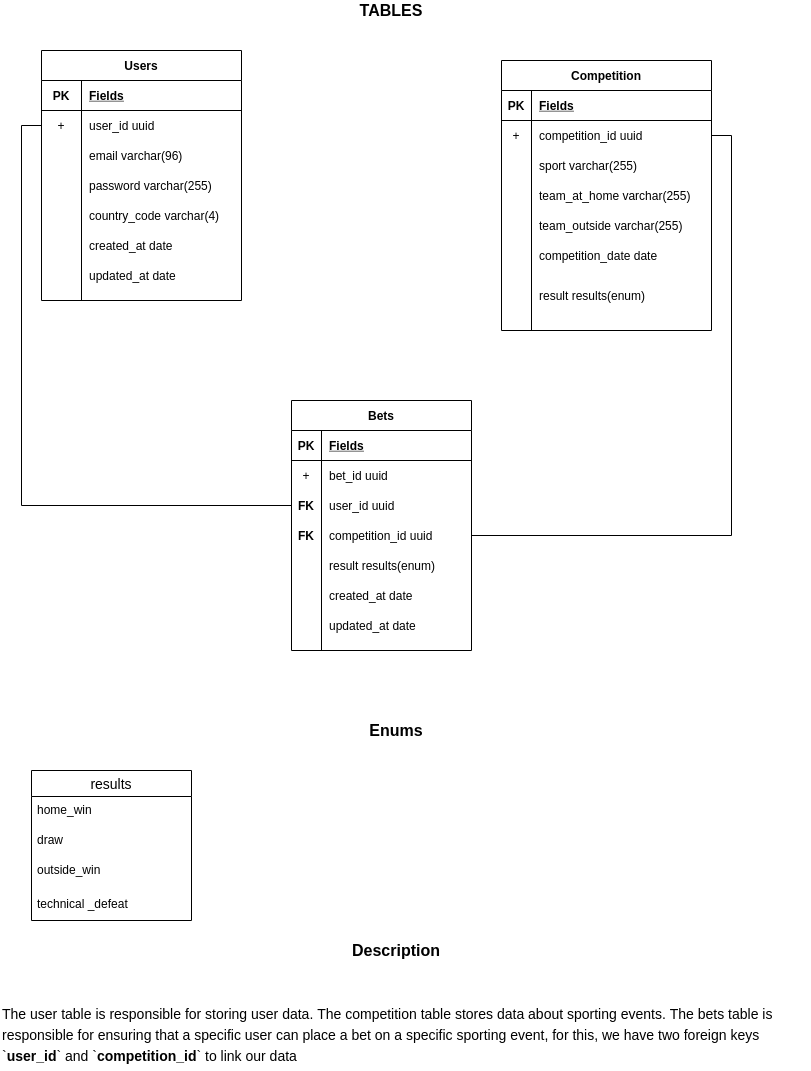
The draw.io diagram back-end/tablesInfo.png in pastushokk97/MyGoal, before a commit. Source tidied: cells renumbered, new cells last; positions are measured from the earlier drawing's top-left corner, leaving out a move shared by most shapes. Source of this version:
```xml
<mxGraphModel>
  <root>
    <mxCell id="0" />
    <mxCell id="1" parent="0" />
    <mxCell id="2" value="Users" style="shape=table;startSize=30;rowLines=0;fontStyle=1;align=center;" parent="1" vertex="1">
      <mxGeometry x="41" y="50" width="200" height="250" as="geometry" />
    </mxCell>
    <mxCell id="3" style="shape=partialRectangle;fillColor=none;top=0;left=0;bottom=1;right=0;" parent="2" vertex="1">
      <mxGeometry y="30" width="200" height="30" as="geometry" />
    </mxCell>
    <mxCell id="4" value="PK" style="shape=partialRectangle;fillColor=none;top=0;left=0;bottom=0;right=0;fontStyle=1;overflow=hidden;" parent="3" vertex="1">
      <mxGeometry width="40" height="30" as="geometry" />
    </mxCell>
    <mxCell id="5" value="Fields" style="shape=partialRectangle;fillColor=none;top=0;left=0;bottom=0;right=0;align=left;spacingLeft=6;fontStyle=5;overflow=hidden;" parent="3" vertex="1">
      <mxGeometry x="40" width="160" height="30" as="geometry" />
    </mxCell>
    <mxCell id="6" style="shape=partialRectangle;fillColor=none;top=0;left=0;bottom=0;right=0;points=[[0,0.5],[1,0.5]];portConstraint=eastwest;" parent="2" vertex="1">
      <mxGeometry y="60" width="200" height="30" as="geometry" />
    </mxCell>
    <mxCell id="7" value="+" style="shape=partialRectangle;fillColor=none;top=0;left=0;bottom=0;right=0;overflow=hidden;" parent="6" vertex="1">
      <mxGeometry width="40" height="30" as="geometry" />
    </mxCell>
    <mxCell id="8" value="user_id uuid" style="shape=partialRectangle;fillColor=none;top=0;left=0;bottom=0;right=0;align=left;spacingLeft=6;overflow=hidden;" parent="6" vertex="1">
      <mxGeometry x="40" width="160" height="30" as="geometry" />
    </mxCell>
    <mxCell id="9" style="shape=partialRectangle;fillColor=none;top=0;left=0;bottom=0;right=0;" parent="2" vertex="1">
      <mxGeometry y="90" width="200" height="30" as="geometry" />
    </mxCell>
    <mxCell id="10" style="shape=partialRectangle;fillColor=none;top=0;left=0;bottom=0;right=0;overflow=hidden;" parent="9" vertex="1">
      <mxGeometry width="40" height="30" as="geometry" />
    </mxCell>
    <mxCell id="11" value="email varchar(96)" style="shape=partialRectangle;fillColor=none;top=0;left=0;bottom=0;right=0;align=left;spacingLeft=6;overflow=hidden;" parent="9" vertex="1">
      <mxGeometry x="40" width="160" height="30" as="geometry" />
    </mxCell>
    <mxCell id="12" style="shape=partialRectangle;fillColor=none;top=0;left=0;bottom=0;right=0;" parent="2" vertex="1">
      <mxGeometry y="120" width="200" height="30" as="geometry" />
    </mxCell>
    <mxCell id="13" style="shape=partialRectangle;fillColor=none;top=0;left=0;bottom=0;right=0;overflow=hidden;" parent="12" vertex="1">
      <mxGeometry width="40" height="30" as="geometry" />
    </mxCell>
    <mxCell id="14" value="password varchar(255)" style="shape=partialRectangle;fillColor=none;top=0;left=0;bottom=0;right=0;align=left;spacingLeft=6;overflow=hidden;" parent="12" vertex="1">
      <mxGeometry x="40" width="160" height="30" as="geometry" />
    </mxCell>
    <mxCell id="15" value="country_code varchar(4)" style="shape=partialRectangle;fillColor=none;top=0;left=0;bottom=0;right=0;align=left;spacingLeft=6;overflow=hidden;" parent="1" vertex="1">
      <mxGeometry x="81" y="200" width="150" height="30" as="geometry" />
    </mxCell>
    <mxCell id="16" value="created_at date" style="shape=partialRectangle;fillColor=none;top=0;left=0;bottom=0;right=0;align=left;spacingLeft=6;overflow=hidden;" parent="1" vertex="1">
      <mxGeometry x="81" y="230" width="150" height="30" as="geometry" />
    </mxCell>
    <mxCell id="17" value="updated_at date" style="shape=partialRectangle;fillColor=none;top=0;left=0;bottom=0;right=0;align=left;spacingLeft=6;overflow=hidden;" parent="1" vertex="1">
      <mxGeometry x="81" y="260" width="150" height="30" as="geometry" />
    </mxCell>
    <mxCell id="18" value="Competition" style="shape=table;startSize=30;rowLines=0;fontStyle=1;align=center;" parent="1" vertex="1">
      <mxGeometry x="501" y="60" width="210" height="270" as="geometry" />
    </mxCell>
    <mxCell id="19" style="shape=partialRectangle;fillColor=none;top=0;left=0;bottom=1;right=0;" parent="18" vertex="1">
      <mxGeometry y="30" width="210" height="30" as="geometry" />
    </mxCell>
    <mxCell id="20" value="PK" style="shape=partialRectangle;fillColor=none;top=0;left=0;bottom=0;right=0;fontStyle=1;overflow=hidden;" parent="19" vertex="1">
      <mxGeometry width="30" height="30" as="geometry" />
    </mxCell>
    <mxCell id="21" value="Fields" style="shape=partialRectangle;fillColor=none;top=0;left=0;bottom=0;right=0;align=left;spacingLeft=6;fontStyle=5;overflow=hidden;" parent="19" vertex="1">
      <mxGeometry x="30" width="180" height="30" as="geometry" />
    </mxCell>
    <mxCell id="22" style="shape=partialRectangle;fillColor=none;top=0;left=0;bottom=0;right=0;points=[[0,0.5],[1,0.5]];portConstraint=eastwest;" parent="18" vertex="1">
      <mxGeometry y="60" width="210" height="30" as="geometry" />
    </mxCell>
    <mxCell id="23" value="+" style="shape=partialRectangle;fillColor=none;top=0;left=0;bottom=0;right=0;overflow=hidden;" parent="22" vertex="1">
      <mxGeometry width="30" height="30" as="geometry" />
    </mxCell>
    <mxCell id="24" value="competition_id uuid" style="shape=partialRectangle;fillColor=none;top=0;left=0;bottom=0;right=0;align=left;spacingLeft=6;overflow=hidden;" parent="22" vertex="1">
      <mxGeometry x="30" width="180" height="30" as="geometry" />
    </mxCell>
    <mxCell id="25" style="shape=partialRectangle;fillColor=none;top=0;left=0;bottom=0;right=0;" parent="18" vertex="1">
      <mxGeometry y="90" width="210" height="30" as="geometry" />
    </mxCell>
    <mxCell id="26" style="shape=partialRectangle;fillColor=none;top=0;left=0;bottom=0;right=0;overflow=hidden;" parent="25" vertex="1">
      <mxGeometry width="30" height="30" as="geometry" />
    </mxCell>
    <mxCell id="27" value="sport varchar(255)" style="shape=partialRectangle;fillColor=none;top=0;left=0;bottom=0;right=0;align=left;spacingLeft=6;overflow=hidden;" parent="25" vertex="1">
      <mxGeometry x="30" width="180" height="30" as="geometry" />
    </mxCell>
    <mxCell id="28" style="shape=partialRectangle;fillColor=none;top=0;left=0;bottom=0;right=0;" parent="18" vertex="1">
      <mxGeometry y="120" width="210" height="30" as="geometry" />
    </mxCell>
    <mxCell id="29" style="shape=partialRectangle;fillColor=none;top=0;left=0;bottom=0;right=0;overflow=hidden;" parent="28" vertex="1">
      <mxGeometry width="30" height="30" as="geometry" />
    </mxCell>
    <mxCell id="30" value="team_at_home varchar(255)" style="shape=partialRectangle;fillColor=none;top=0;left=0;bottom=0;right=0;align=left;spacingLeft=6;overflow=hidden;" parent="28" vertex="1">
      <mxGeometry x="30" width="180" height="30" as="geometry" />
    </mxCell>
    <mxCell id="31" value="team_outside varchar(255)" style="shape=partialRectangle;fillColor=none;top=0;left=0;bottom=0;right=0;align=left;spacingLeft=6;overflow=hidden;" parent="1" vertex="1">
      <mxGeometry x="531" y="210" width="180" height="30" as="geometry" />
    </mxCell>
    <mxCell id="32" value="competition_date date" style="shape=partialRectangle;fillColor=none;top=0;left=0;bottom=0;right=0;align=left;spacingLeft=6;overflow=hidden;" parent="1" vertex="1">
      <mxGeometry x="531" y="240" width="180" height="30" as="geometry" />
    </mxCell>
    <mxCell id="33" value="result results(enum)" style="shape=partialRectangle;fillColor=none;top=0;left=0;bottom=0;right=0;align=left;spacingLeft=6;overflow=hidden;" parent="1" vertex="1">
      <mxGeometry x="531" y="280" width="180" height="30" as="geometry" />
    </mxCell>
    <mxCell id="34" value="Bets" style="shape=table;startSize=30;rowLines=0;fontStyle=1;align=center;" parent="1" vertex="1">
      <mxGeometry x="291" y="400" width="180" height="250" as="geometry" />
    </mxCell>
    <mxCell id="35" style="shape=partialRectangle;fillColor=none;top=0;left=0;bottom=1;right=0;" parent="34" vertex="1">
      <mxGeometry y="30" width="180" height="30" as="geometry" />
    </mxCell>
    <mxCell id="36" value="PK" style="shape=partialRectangle;fillColor=none;top=0;left=0;bottom=0;right=0;fontStyle=1;overflow=hidden;" parent="35" vertex="1">
      <mxGeometry width="30" height="30" as="geometry" />
    </mxCell>
    <mxCell id="37" value="Fields" style="shape=partialRectangle;fillColor=none;top=0;left=0;bottom=0;right=0;align=left;spacingLeft=6;fontStyle=5;overflow=hidden;" parent="35" vertex="1">
      <mxGeometry x="30" width="150" height="30" as="geometry" />
    </mxCell>
    <mxCell id="38" style="shape=partialRectangle;fillColor=none;top=0;left=0;bottom=0;right=0;" parent="34" vertex="1">
      <mxGeometry y="60" width="180" height="30" as="geometry" />
    </mxCell>
    <mxCell id="39" value="+" style="shape=partialRectangle;fillColor=none;top=0;left=0;bottom=0;right=0;overflow=hidden;" parent="38" vertex="1">
      <mxGeometry width="30" height="30" as="geometry" />
    </mxCell>
    <mxCell id="40" value="bet_id uuid" style="shape=partialRectangle;fillColor=none;top=0;left=0;bottom=0;right=0;align=left;spacingLeft=6;overflow=hidden;" parent="38" vertex="1">
      <mxGeometry x="30" width="150" height="30" as="geometry" />
    </mxCell>
    <mxCell id="41" style="shape=partialRectangle;fillColor=none;top=0;left=0;bottom=0;right=0;points=[[0,0.5],[1,0.5]];portConstraint=eastwest;" parent="34" vertex="1">
      <mxGeometry y="90" width="180" height="30" as="geometry" />
    </mxCell>
    <mxCell id="42" value="FK" style="shape=partialRectangle;fillColor=none;top=0;left=0;bottom=0;right=0;overflow=hidden;fontStyle=1;" parent="41" vertex="1">
      <mxGeometry width="30" height="30" as="geometry" />
    </mxCell>
    <mxCell id="43" value="user_id uuid" style="shape=partialRectangle;fillColor=none;top=0;left=0;bottom=0;right=0;align=left;spacingLeft=6;overflow=hidden;" parent="41" vertex="1">
      <mxGeometry x="30" width="150" height="30" as="geometry" />
    </mxCell>
    <mxCell id="44" style="shape=partialRectangle;fillColor=none;top=0;left=0;bottom=0;right=0;points=[[0,0.5],[1,0.5]];portConstraint=eastwest;" parent="34" vertex="1">
      <mxGeometry y="120" width="180" height="30" as="geometry" />
    </mxCell>
    <mxCell id="45" value="FK" style="shape=partialRectangle;fillColor=none;top=0;left=0;bottom=0;right=0;overflow=hidden;fontStyle=1;" parent="44" vertex="1">
      <mxGeometry width="30" height="30" as="geometry" />
    </mxCell>
    <mxCell id="46" value="competition_id uuid" style="shape=partialRectangle;fillColor=none;top=0;left=0;bottom=0;right=0;align=left;spacingLeft=6;overflow=hidden;" parent="44" vertex="1">
      <mxGeometry x="30" width="150" height="30" as="geometry" />
    </mxCell>
    <mxCell id="47" value="result results(enum)" style="shape=partialRectangle;fillColor=none;top=0;left=0;bottom=0;right=0;align=left;spacingLeft=6;overflow=hidden;" parent="1" vertex="1">
      <mxGeometry x="321" y="550" width="150" height="30" as="geometry" />
    </mxCell>
    <mxCell id="48" value="created_at date" style="shape=partialRectangle;fillColor=none;top=0;left=0;bottom=0;right=0;align=left;spacingLeft=6;overflow=hidden;" parent="1" vertex="1">
      <mxGeometry x="321" y="580" width="150" height="30" as="geometry" />
    </mxCell>
    <mxCell id="49" value="updated_at date" style="shape=partialRectangle;fillColor=none;top=0;left=0;bottom=0;right=0;align=left;spacingLeft=6;overflow=hidden;" parent="1" vertex="1">
      <mxGeometry x="321" y="610" width="150" height="30" as="geometry" />
    </mxCell>
    <mxCell id="50" value="&lt;b&gt;&lt;font style=&quot;font-size: 16px&quot;&gt;TABLES&lt;/font&gt;&lt;/b&gt;" style="text;html=1;strokeColor=none;fillColor=none;align=center;verticalAlign=middle;whiteSpace=wrap;rounded=0;" parent="1" vertex="1">
      <mxGeometry x="341" width="100" height="20" as="geometry" />
    </mxCell>
    <mxCell id="51" value="&lt;font style=&quot;font-size: 14px ; line-height: 150%&quot;&gt;The user table is responsible for storing user data. The competition table stores data about sporting events. The bets table is responsible for ensuring that a specific user can place a bet on a specific sporting event, for this, we have two foreign keys `&lt;b&gt;user_id&lt;/b&gt;` and `&lt;b&gt;competition_id&lt;/b&gt;` to link our data&lt;/font&gt;" style="text;html=1;strokeColor=none;fillColor=none;align=left;verticalAlign=middle;whiteSpace=wrap;rounded=0;" parent="1" vertex="1">
      <mxGeometry y="1000" width="810" height="70" as="geometry" />
    </mxCell>
    <mxCell id="52" value="&lt;font style=&quot;font-size: 16px&quot;&gt;&lt;b&gt;Description&lt;/b&gt;&lt;/font&gt;" style="text;html=1;strokeColor=none;fillColor=none;align=center;verticalAlign=middle;whiteSpace=wrap;rounded=0;" parent="1" vertex="1">
      <mxGeometry x="331" y="940" width="130" height="20" as="geometry" />
    </mxCell>
    <mxCell id="53" value="results" style="swimlane;fontStyle=0;horizontal=1;startSize=26;align=center;fontSize=14;" parent="1" vertex="1">
      <mxGeometry x="31" y="770" width="160" height="150" as="geometry" />
    </mxCell>
    <mxCell id="54" value="home_win" style="text;strokeColor=none;fillColor=none;spacingLeft=4;spacingRight=4;overflow=hidden;fontSize=12;" parent="53" vertex="1">
      <mxGeometry y="26" width="160" height="30" as="geometry" />
    </mxCell>
    <mxCell id="55" value="draw" style="text;strokeColor=none;fillColor=none;spacingLeft=4;spacingRight=4;overflow=hidden;fontSize=12;" parent="53" vertex="1">
      <mxGeometry y="56" width="160" height="30" as="geometry" />
    </mxCell>
    <mxCell id="56" value="outside_win" style="text;strokeColor=none;fillColor=none;spacingLeft=4;spacingRight=4;overflow=hidden;fontSize=12;" parent="53" vertex="1">
      <mxGeometry y="86" width="160" height="34" as="geometry" />
    </mxCell>
    <mxCell id="57" value="technical _defeat" style="text;strokeColor=none;fillColor=none;spacingLeft=4;spacingRight=4;overflow=hidden;fontSize=12;" parent="53" vertex="1">
      <mxGeometry y="120" width="160" height="30" as="geometry" />
    </mxCell>
    <mxCell id="58" value="&lt;font style=&quot;font-size: 16px&quot;&gt;&lt;b&gt;Enums&lt;/b&gt;&lt;/font&gt;" style="text;html=1;strokeColor=none;fillColor=none;align=center;verticalAlign=middle;whiteSpace=wrap;rounded=0;" parent="1" vertex="1">
      <mxGeometry x="331" y="720" width="130" height="20" as="geometry" />
    </mxCell>
    <mxCell id="59" style="rounded=0;jettySize=auto;html=1;exitX=0;exitY=0.5;exitDx=0;exitDy=0;entryX=0;entryY=0.5;entryDx=0;entryDy=0;edgeStyle=orthogonalEdgeStyle;startArrow=none;startFill=0;endArrow=none;endFill=0;" parent="1" edge="1" source="6" target="41">
      <mxGeometry relative="1" as="geometry" />
    </mxCell>
    <mxCell id="60" style="edgeStyle=orthogonalEdgeStyle;rounded=0;jettySize=auto;html=1;exitX=1;exitY=0.5;exitDx=0;exitDy=0;entryX=1;entryY=0.5;entryDx=0;entryDy=0;startArrow=none;startFill=0;endArrow=none;endFill=0;" parent="1" edge="1" source="44" target="22">
      <mxGeometry relative="1" as="geometry" />
    </mxCell>
  </root>
</mxGraphModel>
```
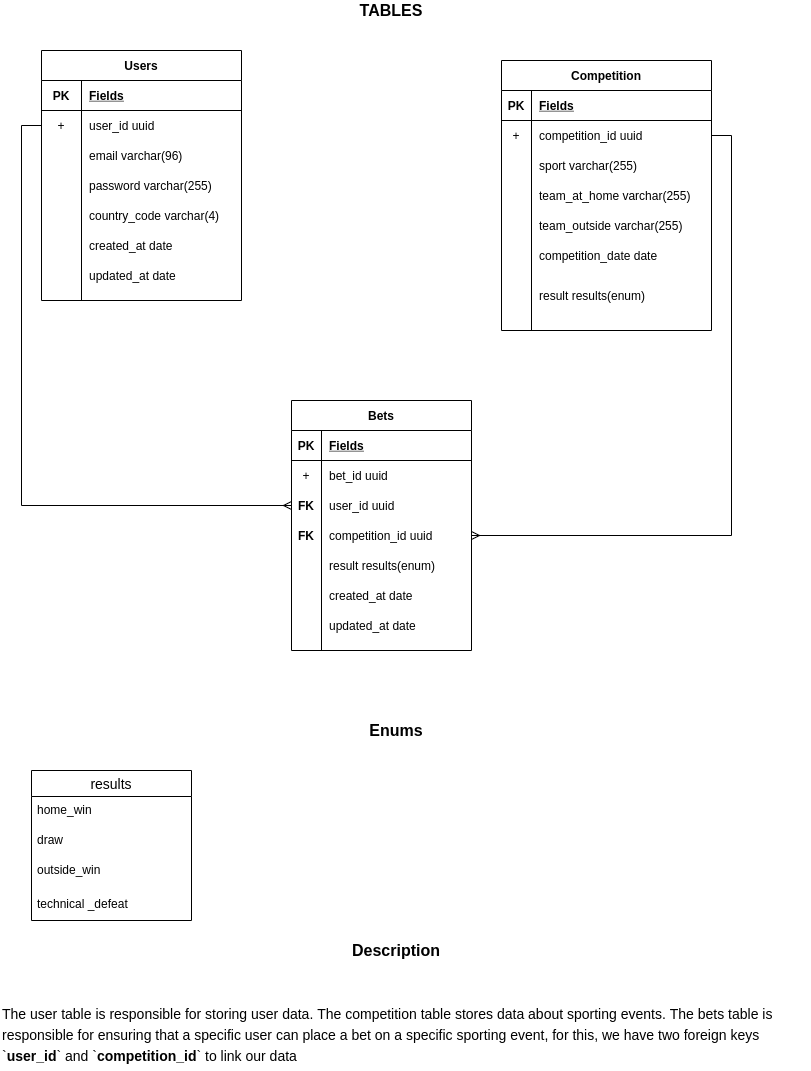
Above is the later version.

Change to the diagram source:
```diff
@@ -173,10 +173,10 @@
     <mxCell id="58" value="&lt;font style=&quot;font-size: 16px&quot;&gt;&lt;b&gt;Enums&lt;/b&gt;&lt;/font&gt;" style="text;html=1;strokeColor=none;fillColor=none;align=center;verticalAlign=middle;whiteSpace=wrap;rounded=0;" parent="1" vertex="1">
       <mxGeometry x="331" y="720" width="130" height="20" as="geometry" />
     </mxCell>
-    <mxCell id="59" style="rounded=0;jettySize=auto;html=1;exitX=0;exitY=0.5;exitDx=0;exitDy=0;entryX=0;entryY=0.5;entryDx=0;entryDy=0;edgeStyle=orthogonalEdgeStyle;startArrow=none;startFill=0;endArrow=none;endFill=0;" parent="1" edge="1" source="6" target="41">
+    <mxCell id="59" style="rounded=0;jettySize=auto;html=1;exitX=0;exitY=0.5;exitDx=0;exitDy=0;entryX=0;entryY=0.5;entryDx=0;entryDy=0;edgeStyle=orthogonalEdgeStyle;startArrow=none;startFill=0;endArrow=ERmany;endFill=0;" parent="1" edge="1" source="6" target="41">
       <mxGeometry relative="1" as="geometry" />
     </mxCell>
-    <mxCell id="60" style="edgeStyle=orthogonalEdgeStyle;rounded=0;jettySize=auto;html=1;exitX=1;exitY=0.5;exitDx=0;exitDy=0;entryX=1;entryY=0.5;entryDx=0;entryDy=0;startArrow=none;startFill=0;endArrow=none;endFill=0;" parent="1" edge="1" source="44" target="22">
+    <mxCell id="60" style="edgeStyle=orthogonalEdgeStyle;rounded=0;jettySize=auto;html=1;exitX=1;exitY=0.5;exitDx=0;exitDy=0;entryX=1;entryY=0.5;entryDx=0;entryDy=0;startArrow=ERmany;startFill=0;endArrow=none;endFill=0;" parent="1" edge="1" source="44" target="22">
       <mxGeometry relative="1" as="geometry" />
     </mxCell>
   </root>
```
